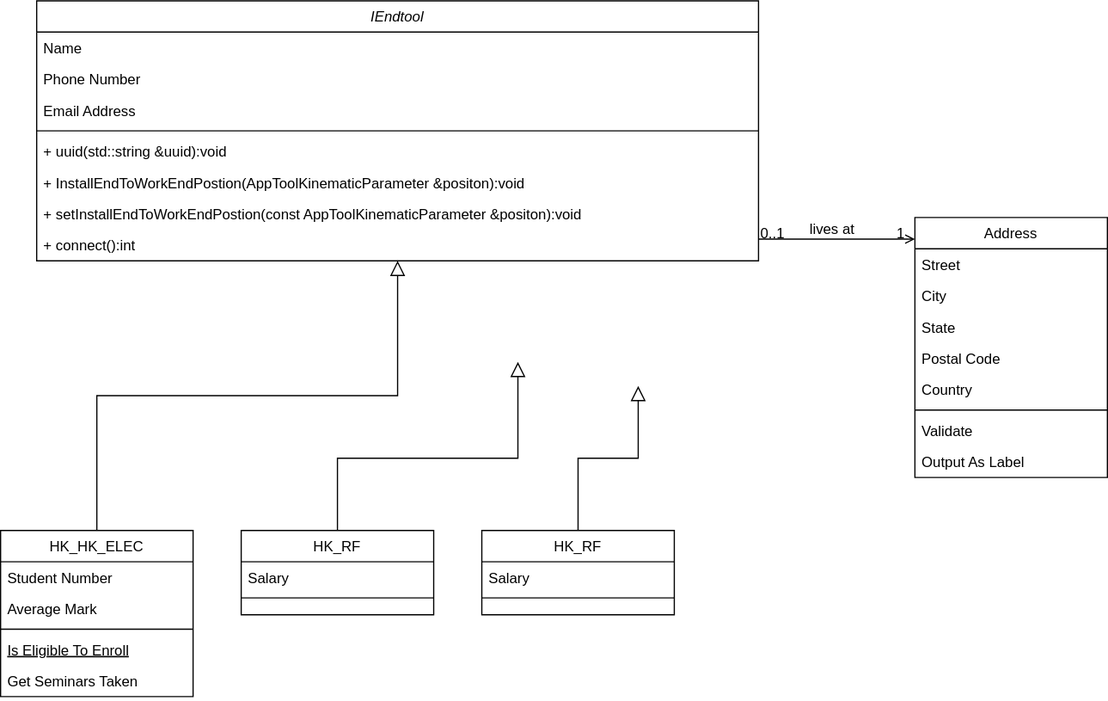
Above: 理疗/理疗末端rpc服务.svg in Durpe/Drawio (draw.io), before the change. Source tidied: cells renumbered, new cells last; positions are measured from the earlier drawing's top-left corner, leaving out a move shared by most shapes.
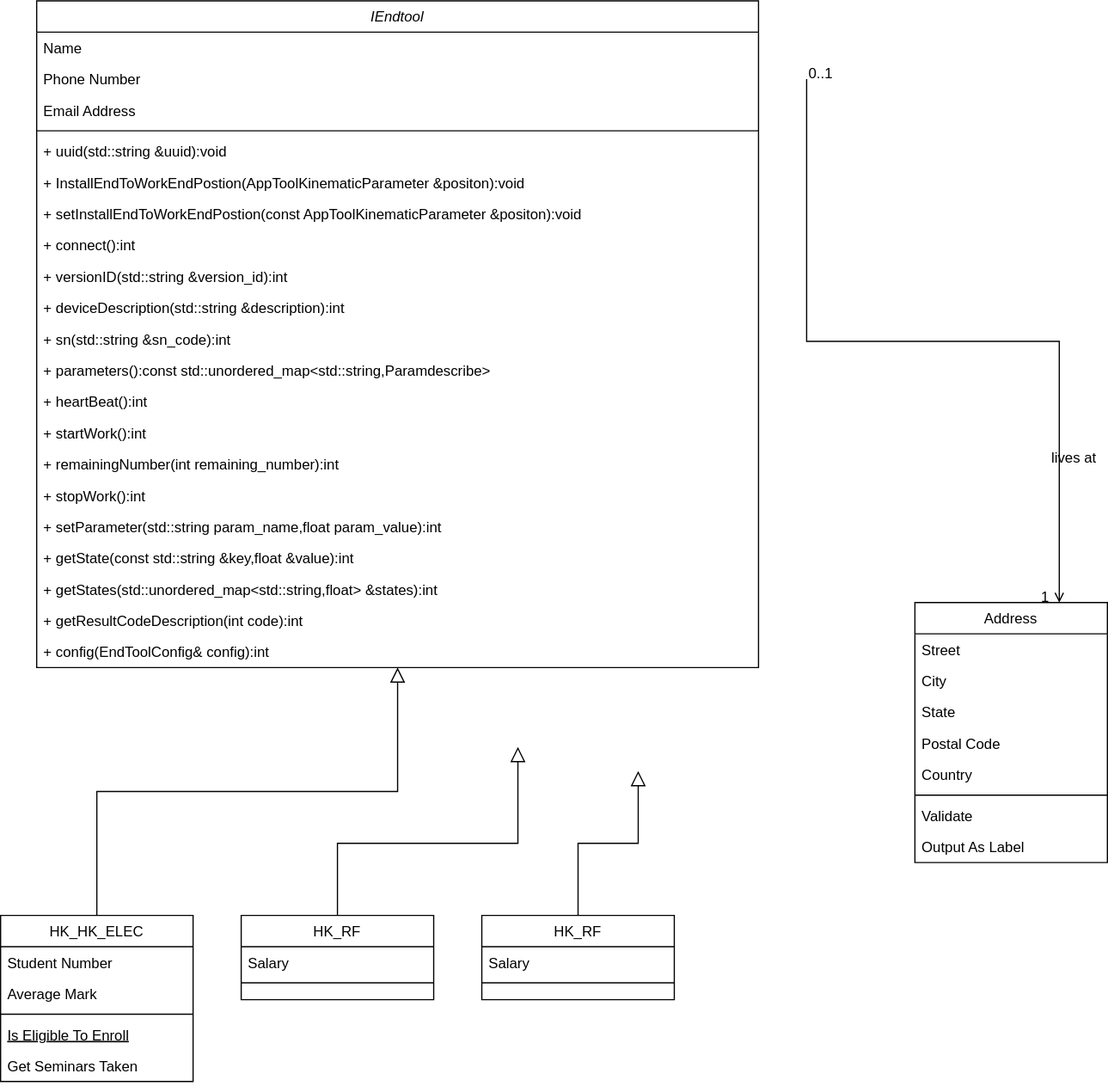
After the commit.

Commit message:
更新理疗末端rpc服务.svg

Diff of the diagram source:
```diff
@@ -3,7 +3,7 @@
     <mxCell id="0" />
     <mxCell id="1" parent="0" />
     <mxCell id="2" value="IEndtool" style="swimlane;fontStyle=2;align=center;verticalAlign=top;horizontal=1;startSize=26;rounded=0;shadow=0;strokeWidth=1;" parent="1" vertex="1">
-      <mxGeometry x="30" width="600" height="216" as="geometry" />
+      <mxGeometry x="30" y="-320" width="600" height="554" as="geometry" />
     </mxCell>
     <mxCell id="3" value="Name" style="text;align=left;verticalAlign=top;spacingLeft=4;spacingRight=4;overflow=hidden;" parent="2" vertex="1">
       <mxGeometry y="26" width="600" height="26" as="geometry" />
@@ -29,6 +29,45 @@
     <mxCell id="10" value="+ connect():int" style="text;align=left;verticalAlign=top;spacingLeft=4;spacingRight=4;overflow=hidden;" parent="2" vertex="1">
       <mxGeometry y="190" width="600" height="26" as="geometry" />
     </mxCell>
+    <mxCell id="39" value="+ versionID(std::string &amp;version_id):int" style="text;align=left;verticalAlign=top;spacingLeft=4;spacingRight=4;overflow=hidden;" parent="2" vertex="1">
+      <mxGeometry y="216" width="600" height="26" as="geometry" />
+    </mxCell>
+    <mxCell id="40" value="+ deviceDescription(std::string &amp;description):int" style="text;align=left;verticalAlign=top;spacingLeft=4;spacingRight=4;overflow=hidden;" parent="2" vertex="1">
+      <mxGeometry y="242" width="600" height="26" as="geometry" />
+    </mxCell>
+    <mxCell id="41" value="+ sn(std::string &amp;sn_code):int" style="text;align=left;verticalAlign=top;spacingLeft=4;spacingRight=4;overflow=hidden;" parent="2" vertex="1">
+      <mxGeometry y="268" width="600" height="26" as="geometry" />
+    </mxCell>
+    <mxCell id="42" value="+ parameters():const std::unordered_map&lt;std::string,Paramdescribe&gt;" style="text;align=left;verticalAlign=top;spacingLeft=4;spacingRight=4;overflow=hidden;" parent="2" vertex="1">
+      <mxGeometry y="294" width="600" height="26" as="geometry" />
+    </mxCell>
+    <mxCell id="43" value="+ heartBeat():int" style="text;align=left;verticalAlign=top;spacingLeft=4;spacingRight=4;overflow=hidden;" parent="2" vertex="1">
+      <mxGeometry y="320" width="600" height="26" as="geometry" />
+    </mxCell>
+    <mxCell id="44" value="+ startWork():int" style="text;align=left;verticalAlign=top;spacingLeft=4;spacingRight=4;overflow=hidden;" parent="2" vertex="1">
+      <mxGeometry y="346" width="600" height="26" as="geometry" />
+    </mxCell>
+    <mxCell id="45" value="+ remainingNumber(int remaining_number):int" style="text;align=left;verticalAlign=top;spacingLeft=4;spacingRight=4;overflow=hidden;" parent="2" vertex="1">
+      <mxGeometry y="372" width="600" height="26" as="geometry" />
+    </mxCell>
+    <mxCell id="46" value="+ stopWork():int" style="text;align=left;verticalAlign=top;spacingLeft=4;spacingRight=4;overflow=hidden;" parent="2" vertex="1">
+      <mxGeometry y="398" width="600" height="26" as="geometry" />
+    </mxCell>
+    <mxCell id="47" value="+ setParameter(std::string param_name,float param_value):int" style="text;align=left;verticalAlign=top;spacingLeft=4;spacingRight=4;overflow=hidden;" parent="2" vertex="1">
+      <mxGeometry y="424" width="600" height="26" as="geometry" />
+    </mxCell>
+    <mxCell id="48" value="+ getState(const std::string &amp;key,float &amp;value):int" style="text;align=left;verticalAlign=top;spacingLeft=4;spacingRight=4;overflow=hidden;" parent="2" vertex="1">
+      <mxGeometry y="450" width="600" height="26" as="geometry" />
+    </mxCell>
+    <mxCell id="49" value="+ getStates(std::unordered_map&lt;std::string,float&gt; &amp;states):int" style="text;align=left;verticalAlign=top;spacingLeft=4;spacingRight=4;overflow=hidden;" parent="2" vertex="1">
+      <mxGeometry y="476" width="600" height="26" as="geometry" />
+    </mxCell>
+    <mxCell id="50" value="+ getResultCodeDescription(int code):int" style="text;align=left;verticalAlign=top;spacingLeft=4;spacingRight=4;overflow=hidden;" parent="2" vertex="1">
+      <mxGeometry y="502" width="600" height="26" as="geometry" />
+    </mxCell>
+    <mxCell id="51" value="+ config(EndToolConfig&amp; config):int" style="text;align=left;verticalAlign=top;spacingLeft=4;spacingRight=4;overflow=hidden;" parent="2" vertex="1">
+      <mxGeometry y="528" width="600" height="26" as="geometry" />
+    </mxCell>
     <mxCell id="11" value="HK_HK_ELEC" style="swimlane;fontStyle=0;align=center;verticalAlign=top;horizontal=1;startSize=26;rounded=0;shadow=0;strokeWidth=1;" parent="1" vertex="1">
       <mxGeometry y="440" width="160" height="138" as="geometry" />
     </mxCell>
@@ -94,8 +133,10 @@
     <mxCell id="30" value="Output As Label" style="text;align=left;verticalAlign=top;spacingLeft=4;spacingRight=4;overflow=hidden;" parent="22" vertex="1">
       <mxGeometry y="190" width="160" height="26" as="geometry" />
     </mxCell>
-    <mxCell id="31" style="endArrow=open;shadow=0;strokeWidth=1;rounded=0;endFill=1;edgeStyle=elbowEdgeStyle;elbow=vertical;" parent="1" edge="1" source="2" target="22">
+    <mxCell id="31" style="endArrow=open;shadow=0;strokeWidth=1;rounded=0;endFill=1;edgeStyle=elbowEdgeStyle;elbow=vertical;exitX=1;exitY=0.5;exitDx=0;exitDy=0;" parent="1" edge="1">
       <mxGeometry x="0.5" y="41" relative="1" as="geometry">
+        <mxPoint x="670" y="-255" as="sourcePoint" />
+        <mxPoint x="880" y="180" as="targetPoint" />
         <mxPoint x="-40" y="32" as="offset" />
       </mxGeometry>
     </mxCell>
```
